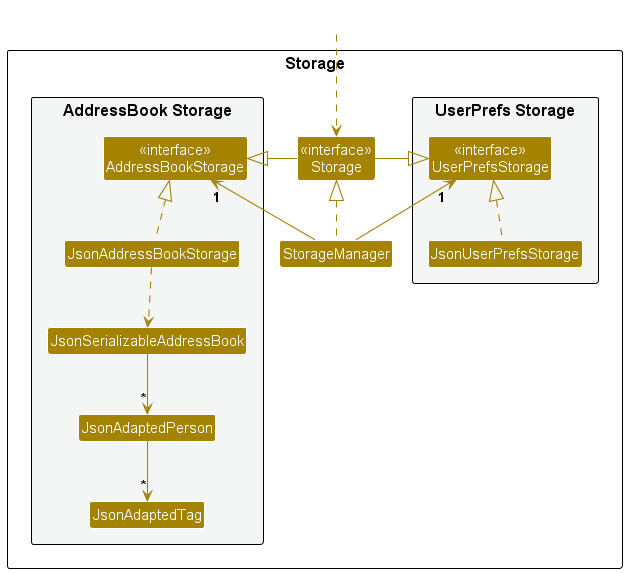
nus-cs2103-AY2425S1/tp keeps this PlantUML diagram as docs/images/StorageClassDiagram.png. Above is the earlier version.
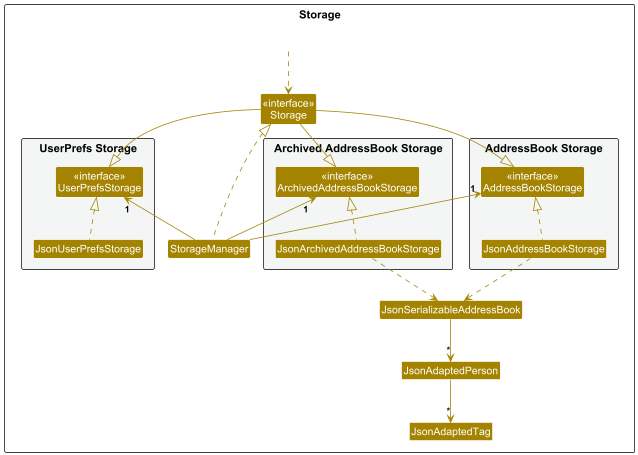
After the commit.

Commit message:
Update storage and model with archived book

What changed in the source:
```diff
@@ -5,6 +5,16 @@
 skinparam classBackgroundColor STORAGE_COLOR
 
 package Storage as StoragePackage {
+
+package "Archived AddressBook Storage" #F4F6F6{
+Class "<<interface>>\nArchivedAddressBookStorage" as ArchivedAddressBookStorage
+Class JsonArchivedAddressBookStorage
+}
+
+package "AddressBook Storage" #F4F6F6{
+Class "<<interface>>\nAddressBookStorage" as AddressBookStorage
+Class JsonAddressBookStorage
+}
 
 package "UserPrefs Storage" #F4F6F6{
 Class "<<interface>>\nUserPrefsStorage" as UserPrefsStorage
@@ -14,30 +24,24 @@
 Class "<<interface>>\nStorage" as Storage
 Class StorageManager
 
-package "AddressBook Storage" #F4F6F6{
-Class "<<interface>>\nAddressBookStorage" as AddressBookStorage
-Class JsonAddressBookStorage
-Class JsonSerializableAddressBook
-Class JsonAdaptedPerson
-Class JsonAdaptedTag
-}
-
-}
-
 Class HiddenOutside #FFFFFF
 HiddenOutside ..> Storage
 
 StorageManager .up.|> Storage
 StorageManager -up-> "1" UserPrefsStorage
 StorageManager -up-> "1" AddressBookStorage
+StorageManager -up-> "1" ArchivedAddressBookStorage
 
-Storage -left-|> UserPrefsStorage
-Storage -right-|> AddressBookStorage
+Storage -right-|> UserPrefsStorage
+Storage -down-|> AddressBookStorage
+Storage -down-|> ArchivedAddressBookStorage
 
 JsonUserPrefsStorage .up.|> UserPrefsStorage
 JsonAddressBookStorage .up.|> AddressBookStorage
 JsonAddressBookStorage ..> JsonSerializableAddressBook
 JsonSerializableAddressBook --> "*" JsonAdaptedPerson
 JsonAdaptedPerson --> "*" JsonAdaptedTag
+JsonArchivedAddressBookStorage .up.|> ArchivedAddressBookStorage
+JsonArchivedAddressBookStorage ..> JsonSerializableAddressBook
 
 @enduml
```
